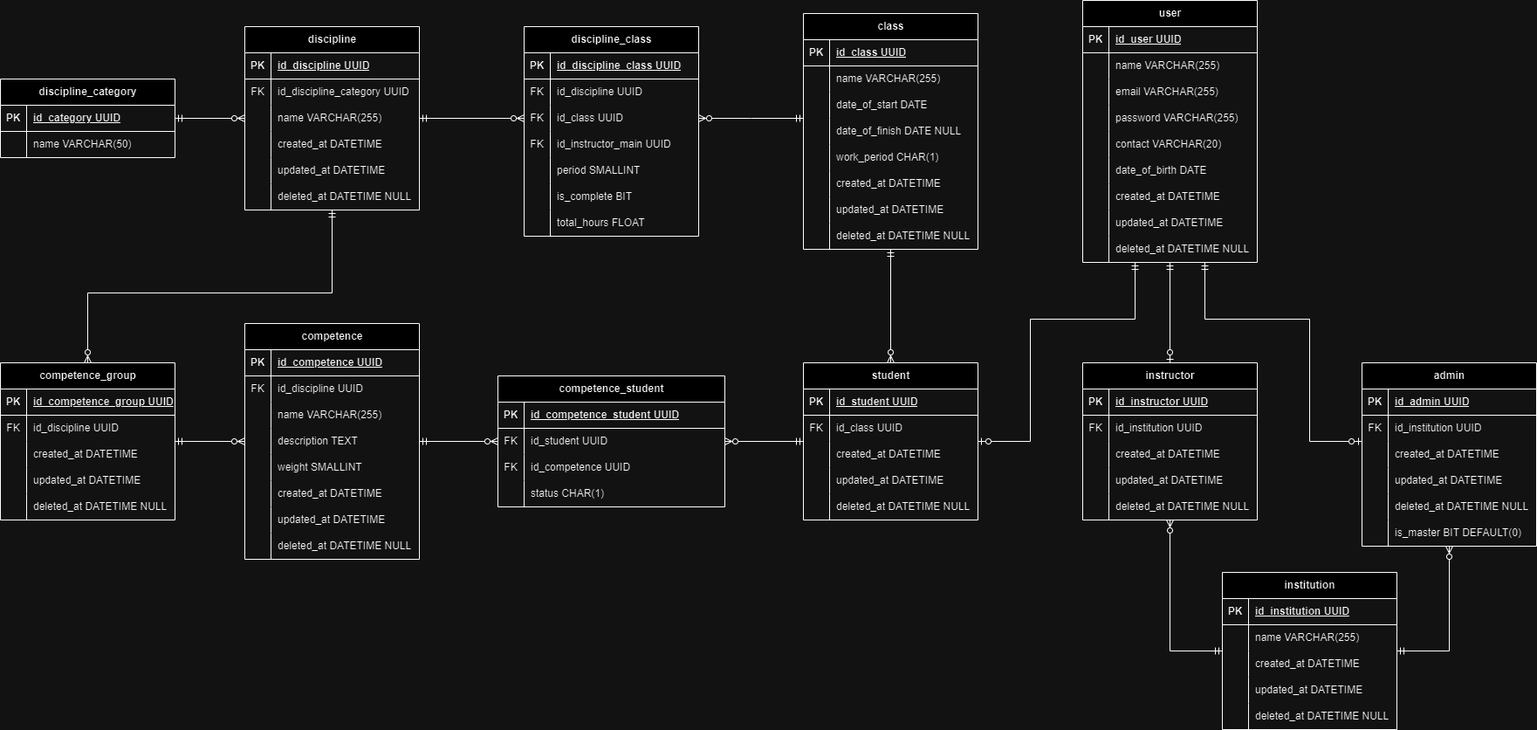
AndreLuisPLuz/ETSystemBack keeps this draw.io diagram as docs/Databse/ETSystemDB.drawio.png. Above is the earlier version. Source tidied: cells renumbered, new cells last; positions are measured from the earlier drawing's top-left corner, leaving out a move shared by most shapes.
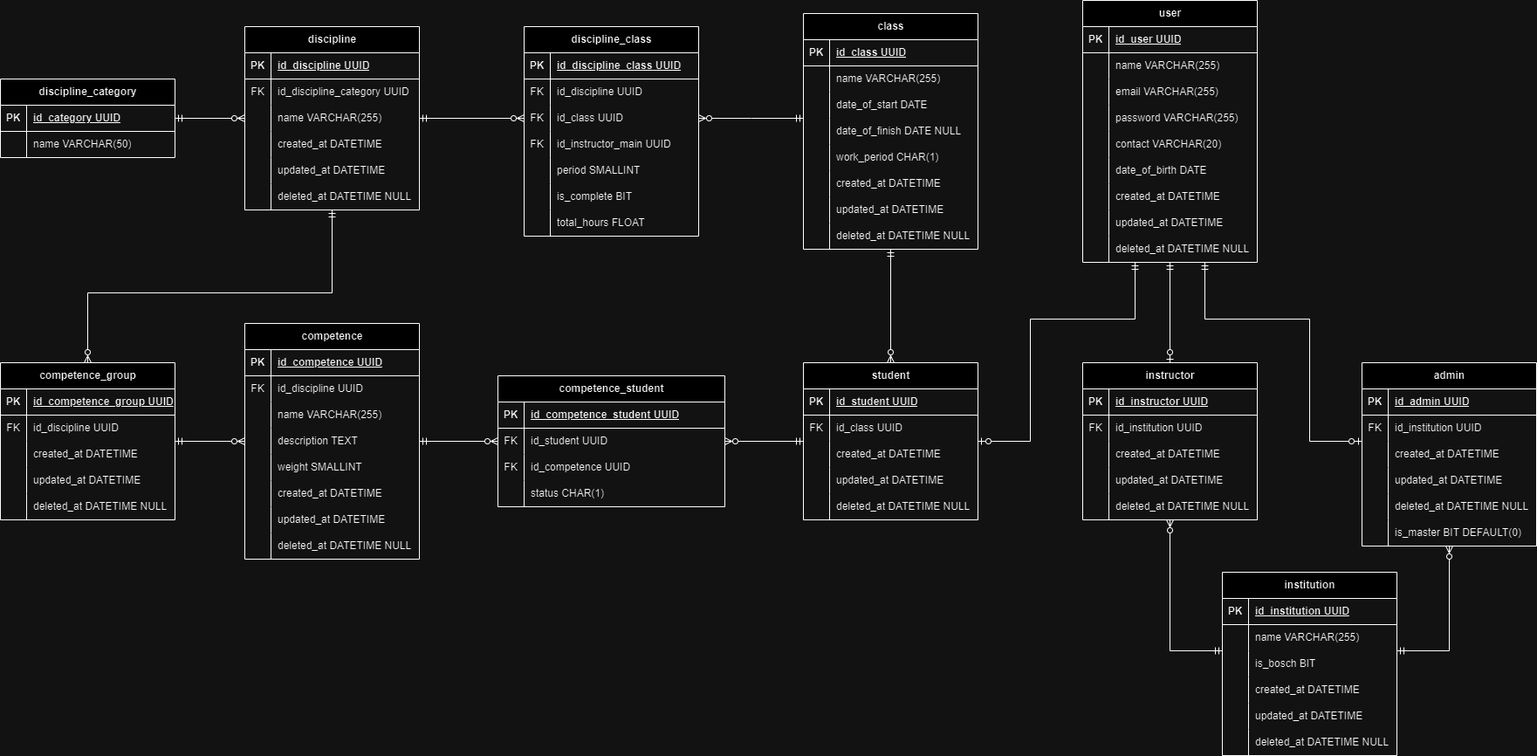
Later version of the same file.

Commit message:
fix: bit for instituition

What changed in the source:
```diff
@@ -3,7 +3,7 @@
     <mxCell id="0" />
     <mxCell id="1" parent="0" />
     <mxCell id="2" value="institution" style="shape=table;startSize=30;rowLines=0;fontStyle=1;align=center;html=1;" parent="1" vertex="1">
-      <mxGeometry x="1400" y="655" width="200" height="180" as="geometry" />
+      <mxGeometry x="1400" y="655" width="200" height="210" as="geometry" />
     </mxCell>
     <mxCell id="3" style="shape=tableRow;horizontal=0;startSize=0;swimlaneHead=0;swimlaneBody=0;fillColor=none;top=0;left=0;right=0;bottom=1;" parent="2" vertex="1">
       <mxGeometry y="30" width="200" height="30" as="geometry" />
@@ -23,8 +23,17 @@
     <mxCell id="8" value="name VARCHAR(255)" style="shape=partialRectangle;fillColor=none;top=0;left=0;bottom=0;right=0;align=left;spacingLeft=6;overflow=hidden;whiteSpace=wrap;html=1;" parent="6" vertex="1">
       <mxGeometry x="30" width="170" height="30" as="geometry" />
     </mxCell>
+    <mxCell id="237" style="shape=tableRow;horizontal=0;startSize=0;swimlaneHead=0;swimlaneBody=0;fillColor=none;top=0;left=0;right=0;bottom=0;" parent="2" vertex="1">
+      <mxGeometry y="90" width="200" height="30" as="geometry" />
+    </mxCell>
+    <mxCell id="238" style="shape=partialRectangle;fillColor=none;top=0;left=0;bottom=0;right=0;overflow=hidden;whiteSpace=wrap;html=1;" parent="237" vertex="1">
+      <mxGeometry width="30" height="30" as="geometry" />
+    </mxCell>
+    <mxCell id="239" value="is_bosch BIT" style="shape=partialRectangle;fillColor=none;top=0;left=0;bottom=0;right=0;align=left;spacingLeft=6;overflow=hidden;whiteSpace=wrap;html=1;" parent="237" vertex="1">
+      <mxGeometry x="30" width="170" height="30" as="geometry" />
+    </mxCell>
     <mxCell id="9" style="shape=tableRow;horizontal=0;startSize=0;swimlaneHead=0;swimlaneBody=0;fillColor=none;top=0;left=0;right=0;bottom=0;" parent="2" vertex="1">
-      <mxGeometry y="90" width="200" height="30" as="geometry" />
+      <mxGeometry y="120" width="200" height="30" as="geometry" />
     </mxCell>
     <mxCell id="10" style="shape=partialRectangle;fillColor=none;top=0;left=0;bottom=0;right=0;overflow=hidden;whiteSpace=wrap;html=1;" parent="9" vertex="1">
       <mxGeometry width="30" height="30" as="geometry" />
@@ -33,7 +42,7 @@
       <mxGeometry x="30" width="170" height="30" as="geometry" />
     </mxCell>
     <mxCell id="12" style="shape=tableRow;horizontal=0;startSize=0;swimlaneHead=0;swimlaneBody=0;fillColor=none;top=0;left=0;right=0;bottom=0;" parent="2" vertex="1">
-      <mxGeometry y="120" width="200" height="30" as="geometry" />
+      <mxGeometry y="150" width="200" height="30" as="geometry" />
     </mxCell>
     <mxCell id="13" style="shape=partialRectangle;fillColor=none;top=0;left=0;bottom=0;right=0;overflow=hidden;whiteSpace=wrap;html=1;" parent="12" vertex="1">
       <mxGeometry width="30" height="30" as="geometry" />
@@ -42,7 +51,7 @@
       <mxGeometry x="30" width="170" height="30" as="geometry" />
     </mxCell>
     <mxCell id="15" style="shape=tableRow;horizontal=0;startSize=0;swimlaneHead=0;swimlaneBody=0;fillColor=none;top=0;left=0;right=0;bottom=0;" parent="2" vertex="1">
-      <mxGeometry y="150" width="200" height="30" as="geometry" />
+      <mxGeometry y="180" width="200" height="30" as="geometry" />
     </mxCell>
     <mxCell id="16" style="shape=partialRectangle;fillColor=none;top=0;left=0;bottom=0;right=0;overflow=hidden;whiteSpace=wrap;html=1;" parent="15" vertex="1">
       <mxGeometry width="30" height="30" as="geometry" />
```
